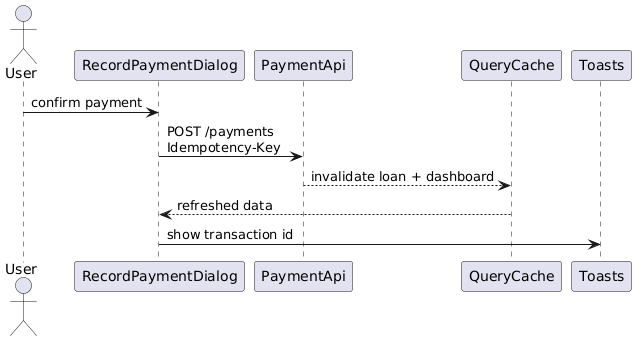
The PlantUML diagram docs/detailed-designs/diagrams/rendered/fe_seq_record_payment.png in QuinntyneBrown/LendQ, before a commit.
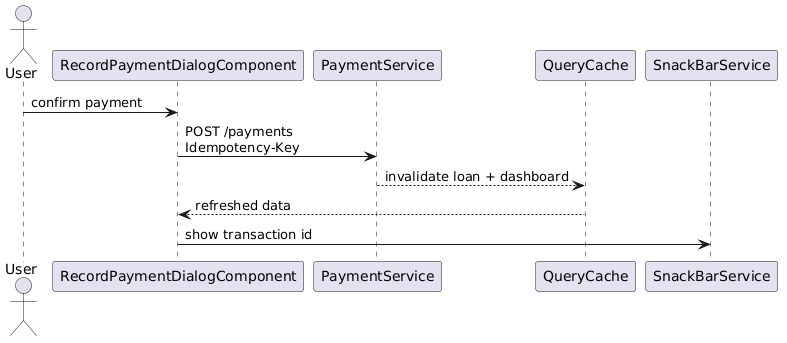
The same file after the commit.

What changed in the source:
```diff
@@ -1,13 +1,13 @@
 @startuml
 actor User
-participant RecordPaymentDialog
-participant PaymentApi
+participant RecordPaymentDialogComponent
+participant PaymentService
 participant QueryCache
-participant Toasts
+participant SnackBarService
 
-User -> RecordPaymentDialog : confirm payment
-RecordPaymentDialog -> PaymentApi : POST /payments\nIdempotency-Key
-PaymentApi --> QueryCache : invalidate loan + dashboard
-QueryCache --> RecordPaymentDialog : refreshed data
-RecordPaymentDialog -> Toasts : show transaction id
+User -> RecordPaymentDialogComponent : confirm payment
+RecordPaymentDialogComponent -> PaymentService : POST /payments\nIdempotency-Key
+PaymentService --> QueryCache : invalidate loan + dashboard
+QueryCache --> RecordPaymentDialogComponent : refreshed data
+RecordPaymentDialogComponent -> SnackBarService : show transaction id
 @enduml
```
